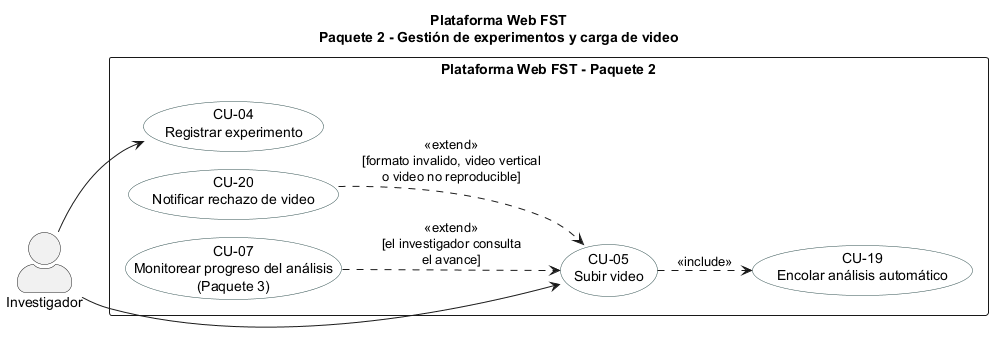
ErickJester/fst-ai-system-latex keeps this PlantUML diagram as figures/mermaid/cu_paquete2.png. Above is the earlier version.
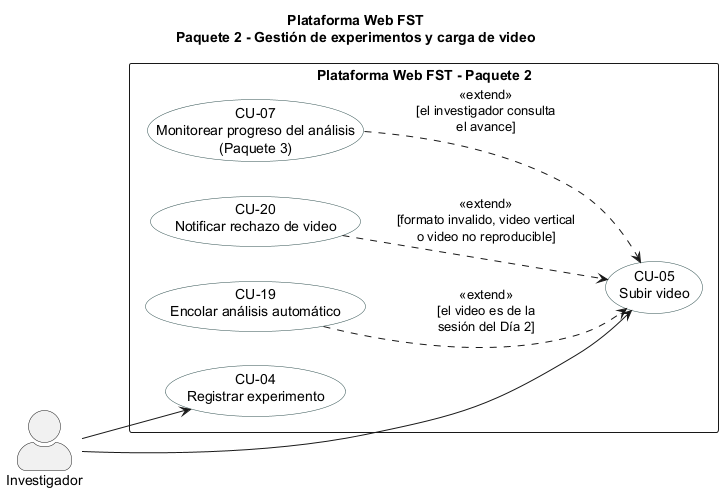
Later version of the same file.

What changed in the source:
```diff
@@ -1,5 +1,4 @@
 @startuml
-!pragma layout smetana
 title Plataforma Web FST\nPaquete 2 - Gestión de experimentos y carga de video
 left to right direction
 skinparam packageStyle rectangle
@@ -18,7 +17,7 @@
 }
 INV --> CU04
 INV --> CU05
-CU05 ..> CU19 : <<include>>
+CU19 ..> CU05 : <<extend>>\n[el video es de la\nsesión del Día 2]
 CU20 ..> CU05 : <<extend>>\n[formato invalido, video vertical\no video no reproducible]
 CU07 ..> CU05 : <<extend>>\n[el investigador consulta\nel avance]
 @enduml
```
